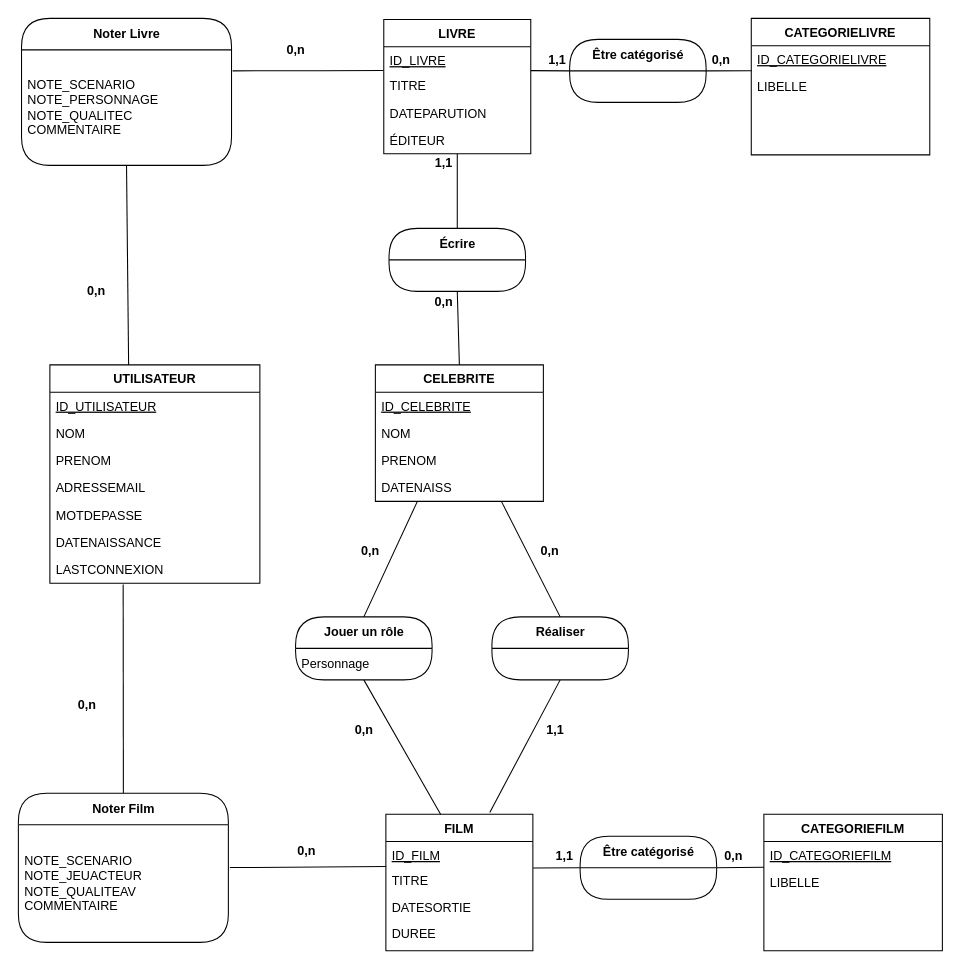
This is MCD/MCD_booksmovies.drawio from Vilwood/BOOKSANDMOVIES, a draw.io file, before an edit. Source tidied: cells renumbered, new cells numbered last; positions are measured from the earlier drawing's top-left corner, leaving out a move shared by most shapes. Both pictures are drawn from the tidied source at 105%, with x=0, y=0 at pixel (18, 18).
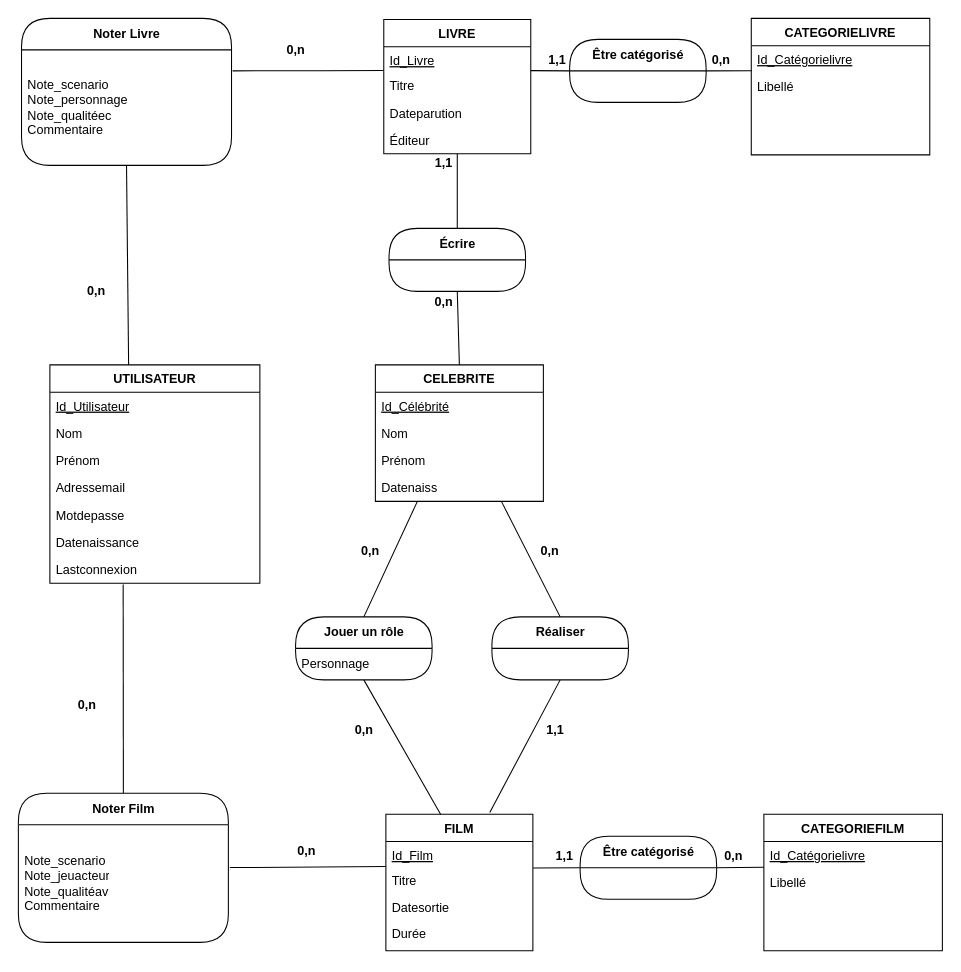
The same diagram, later.

Commit message (it also covers changes not shown here):
Update des MCD

Unchanged cells that the change refers to:
```xml
<mxCell id="27" value="CELEBRITE" style="swimlane;fontStyle=1;horizontal=1;startSize=26;fillColor=none;" parent="1" vertex="1">
  <mxGeometry x="340" y="330" width="160" height="130" as="geometry" />
</mxCell>
<mxCell id="35" value="UTILISATEUR" style="swimlane;fontStyle=1;horizontal=1;startSize=26;fillColor=none;" parent="1" vertex="1">
  <mxGeometry x="30" y="330" width="200" height="208" as="geometry" />
</mxCell>
<mxCell id="47" value="CATEGORIELIVRE" style="swimlane;fontStyle=1;horizontal=1;startSize=26;fillColor=none;" parent="1" vertex="1">
  <mxGeometry x="698" width="170" height="130" as="geometry" />
</mxCell>
<mxCell id="50" value="Noter Livre" style="swimlane;html=1;fontStyle=1;align=center;verticalAlign=middle;horizontal=1;startSize=30;fontColor=#000000;rounded=1;arcSize=30;strokeColor=#000000;fillColor=#FFFFFF;swimlaneFillColor=#FFFFFF;" parent="1" vertex="1">
  <mxGeometry x="3" width="200" height="140" as="geometry" />
</mxCell>
<mxCell id="52" value="LIVRE" style="swimlane;fontStyle=1;horizontal=1;startSize=26;fillColor=none;" parent="1" vertex="1">
  <mxGeometry x="348" y="1" width="140" height="128" as="geometry" />
</mxCell>
<mxCell id="57" value="FILM" style="swimlane;fontStyle=1;horizontal=1;startSize=26;fillColor=none;" parent="1" vertex="1">
  <mxGeometry x="350" y="758" width="140" height="130" as="geometry" />
</mxCell>
<mxCell id="62" value="CATEGORIEFILM" style="swimlane;fontStyle=1;horizontal=1;startSize=26;fillColor=none;" parent="1" vertex="1">
  <mxGeometry x="710" y="758" width="170" height="130" as="geometry" />
</mxCell>
<mxCell id="65" value="Noter Film" style="swimlane;html=1;fontStyle=1;align=center;verticalAlign=middle;horizontal=1;startSize=30;fontColor=#000000;rounded=1;arcSize=30;strokeColor=#000000;fillColor=#FFFFFF;swimlaneFillColor=#FFFFFF;" parent="1" vertex="1">
  <mxGeometry y="738" width="200" height="142" as="geometry" />
</mxCell>
```

The edit, as a diff of the source:
```diff
@@
-    <mxCell id="28" value="ID_CELEBRITE" style="text;strokeColor=none;fillColor=none;align=left;verticalAlign=top;spacingLeft=4;spacingRight=4;overflow=hidden;fontStyle=4;" parent="27" vertex="1">
+    <mxCell id="28" value="Id_Célébrité" style="text;strokeColor=none;fillColor=none;align=left;verticalAlign=top;spacingLeft=4;spacingRight=4;overflow=hidden;fontStyle=4;" parent="27" vertex="1">
       <mxGeometry y="26" width="160" height="26" as="geometry" />
     </mxCell>
-    <mxCell id="29" value="NOM" style="text;strokeColor=none;fillColor=none;align=left;verticalAlign=top;spacingLeft=4;spacingRight=4;overflow=hidden;" parent="27" vertex="1">
+    <mxCell id="29" value="Nom" style="text;strokeColor=none;fillColor=none;align=left;verticalAlign=top;spacingLeft=4;spacingRight=4;overflow=hidden;" parent="27" vertex="1">
       <mxGeometry y="52" width="160" height="26" as="geometry" />
     </mxCell>
-    <mxCell id="30" value="PRENOM " style="text;strokeColor=none;fillColor=none;align=left;verticalAlign=top;spacingLeft=4;spacingRight=4;overflow=hidden;" parent="27" vertex="1">
+    <mxCell id="30" value="Prénom" style="text;strokeColor=none;fillColor=none;align=left;verticalAlign=top;spacingLeft=4;spacingRight=4;overflow=hidden;" parent="27" vertex="1">
       <mxGeometry y="78" width="160" height="26" as="geometry" />
     </mxCell>
-    <mxCell id="31" value="DATENAISS&#10;" style="text;strokeColor=none;fillColor=none;align=left;verticalAlign=top;spacingLeft=4;spacingRight=4;overflow=hidden;" parent="27" vertex="1">
+    <mxCell id="31" value="Datenaiss" style="text;strokeColor=none;fillColor=none;align=left;verticalAlign=top;spacingLeft=4;spacingRight=4;overflow=hidden;" parent="27" vertex="1">
       <mxGeometry y="104" width="160" height="26" as="geometry" />
     </mxCell>
@@
-    <mxCell id="36" value="ID_UTILISATEUR " style="text;strokeColor=none;fillColor=none;align=left;verticalAlign=top;spacingLeft=4;spacingRight=4;overflow=hidden;fontStyle=4;" parent="35" vertex="1">
+    <mxCell id="36" value="Id_Utilisateur" style="text;strokeColor=none;fillColor=none;align=left;verticalAlign=top;spacingLeft=4;spacingRight=4;overflow=hidden;fontStyle=4;" parent="35" vertex="1">
       <mxGeometry y="26" width="200" height="26" as="geometry" />
     </mxCell>
-    <mxCell id="37" value="NOM " style="text;strokeColor=none;fillColor=none;align=left;verticalAlign=top;spacingLeft=4;spacingRight=4;overflow=hidden;" parent="35" vertex="1">
+    <mxCell id="37" value="Nom" style="text;strokeColor=none;fillColor=none;align=left;verticalAlign=top;spacingLeft=4;spacingRight=4;overflow=hidden;" parent="35" vertex="1">
       <mxGeometry y="52" width="200" height="26" as="geometry" />
     </mxCell>
-    <mxCell id="38" value="PRENOM " style="text;strokeColor=none;fillColor=none;align=left;verticalAlign=top;spacingLeft=4;spacingRight=4;overflow=hidden;" parent="35" vertex="1">
+    <mxCell id="38" value="Prénom" style="text;strokeColor=none;fillColor=none;align=left;verticalAlign=top;spacingLeft=4;spacingRight=4;overflow=hidden;" parent="35" vertex="1">
       <mxGeometry y="78" width="200" height="26" as="geometry" />
     </mxCell>
-    <mxCell id="39" value="ADRESSEMAIL" style="text;strokeColor=none;fillColor=none;align=left;verticalAlign=top;spacingLeft=4;spacingRight=4;overflow=hidden;" parent="35" vertex="1">
+    <mxCell id="39" value="Adressemail" style="text;strokeColor=none;fillColor=none;align=left;verticalAlign=top;spacingLeft=4;spacingRight=4;overflow=hidden;" parent="35" vertex="1">
       <mxGeometry y="104" width="200" height="26" as="geometry" />
     </mxCell>
-    <mxCell id="40" value="MOTDEPASSE" style="text;strokeColor=none;fillColor=none;align=left;verticalAlign=top;spacingLeft=4;spacingRight=4;overflow=hidden;" parent="35" vertex="1">
+    <mxCell id="40" value="Motdepasse" style="text;strokeColor=none;fillColor=none;align=left;verticalAlign=top;spacingLeft=4;spacingRight=4;overflow=hidden;" parent="35" vertex="1">
       <mxGeometry y="130" width="200" height="26" as="geometry" />
     </mxCell>
-    <mxCell id="41" value="DATENAISSANCE" style="text;strokeColor=none;fillColor=none;align=left;verticalAlign=top;spacingLeft=4;spacingRight=4;overflow=hidden;" parent="35" vertex="1">
+    <mxCell id="41" value="Datenaissance" style="text;strokeColor=none;fillColor=none;align=left;verticalAlign=top;spacingLeft=4;spacingRight=4;overflow=hidden;" parent="35" vertex="1">
       <mxGeometry y="156" width="200" height="26" as="geometry" />
     </mxCell>
-    <mxCell id="42" value="LASTCONNEXION" style="text;strokeColor=none;fillColor=none;align=left;verticalAlign=top;spacingLeft=4;spacingRight=4;overflow=hidden;points=[[0,0.5],[1,0.5]];portConstraint=eastwest;" parent="35" vertex="1">
+    <mxCell id="42" value="Lastconnexion" style="text;strokeColor=none;fillColor=none;align=left;verticalAlign=top;spacingLeft=4;spacingRight=4;overflow=hidden;points=[[0,0.5],[1,0.5]];portConstraint=eastwest;" parent="35" vertex="1">
       <mxGeometry y="182" width="200" height="26" as="geometry" />
     </mxCell>
@@
-    <mxCell id="48" value="ID_CATEGORIELIVRE" style="text;strokeColor=none;fillColor=none;align=left;verticalAlign=top;spacingLeft=4;spacingRight=4;overflow=hidden;points=[[0,0.5],[1,0.5]];portConstraint=eastwest;fontStyle=4;" parent="47" vertex="1">
+    <mxCell id="48" value="Id_Catégorielivre" style="text;strokeColor=none;fillColor=none;align=left;verticalAlign=top;spacingLeft=4;spacingRight=4;overflow=hidden;points=[[0,0.5],[1,0.5]];portConstraint=eastwest;fontStyle=4;" parent="47" vertex="1">
       <mxGeometry y="26" width="170" height="26" as="geometry" />
     </mxCell>
-    <mxCell id="49" value="LIBELLE" style="text;strokeColor=none;fillColor=none;align=left;verticalAlign=top;spacingLeft=4;spacingRight=4;overflow=hidden;" parent="47" vertex="1">
+    <mxCell id="49" value="Libellé" style="text;strokeColor=none;fillColor=none;align=left;verticalAlign=top;spacingLeft=4;spacingRight=4;overflow=hidden;" parent="47" vertex="1">
       <mxGeometry y="52" width="170" height="78" as="geometry" />
     </mxCell>
@@
-    <mxCell id="51" value="&lt;div align=&quot;left&quot;&gt;NOTE_SCENARIO&lt;/div&gt;&lt;div&gt;NOTE_PERSONNAGE&lt;br&gt;&lt;/div&gt;&lt;div&gt;NOTE_QUALITEC&lt;/div&gt;&lt;div&gt;COMMENTAIRE&lt;br&gt;&lt;/div&gt;" style="text;html=1;strokeColor=none;fillColor=none;align=left;verticalAlign=middle;spacingLeft=4;spacingRight=4;whiteSpace=wrap;overflow=hidden;fontColor=#000000;" parent="50" vertex="1">
+    <mxCell id="51" value="&lt;div align=&quot;left&quot;&gt;Note_scenario&lt;br&gt;&lt;/div&gt;&lt;div&gt;Note_personnage&lt;br&gt;&lt;/div&gt;&lt;div&gt;Note_qualitéec&lt;/div&gt;&lt;div&gt;Commentaire&lt;br&gt;&lt;/div&gt;" style="text;html=1;strokeColor=none;fillColor=none;align=left;verticalAlign=middle;spacingLeft=4;spacingRight=4;whiteSpace=wrap;overflow=hidden;fontColor=#000000;" parent="50" vertex="1">
       <mxGeometry y="30" width="200" height="110" as="geometry" />
     </mxCell>
@@
-    <mxCell id="53" value="ID_LIVRE" style="text;strokeColor=none;fillColor=none;align=left;verticalAlign=top;spacingLeft=4;spacingRight=4;overflow=hidden;points=[[0,0.5],[1,0.5]];portConstraint=eastwest;fontStyle=4;" parent="52" vertex="1">
+    <mxCell id="53" value="Id_Livre" style="text;strokeColor=none;fillColor=none;align=left;verticalAlign=top;spacingLeft=4;spacingRight=4;overflow=hidden;points=[[0,0.5],[1,0.5]];portConstraint=eastwest;fontStyle=4;" parent="52" vertex="1">
       <mxGeometry y="26" width="140" height="24" as="geometry" />
     </mxCell>
-    <mxCell id="54" value="TITRE" style="text;strokeColor=none;fillColor=none;align=left;verticalAlign=top;spacingLeft=4;spacingRight=4;overflow=hidden;" parent="52" vertex="1">
+    <mxCell id="54" value="Titre" style="text;strokeColor=none;fillColor=none;align=left;verticalAlign=top;spacingLeft=4;spacingRight=4;overflow=hidden;" parent="52" vertex="1">
       <mxGeometry y="50" width="140" height="26" as="geometry" />
     </mxCell>
-    <mxCell id="55" value="DATEPARUTION" style="text;strokeColor=none;fillColor=none;align=left;verticalAlign=top;spacingLeft=4;spacingRight=4;overflow=hidden;" parent="52" vertex="1">
+    <mxCell id="55" value="Dateparution" style="text;strokeColor=none;fillColor=none;align=left;verticalAlign=top;spacingLeft=4;spacingRight=4;overflow=hidden;" parent="52" vertex="1">
       <mxGeometry y="76" width="140" height="26" as="geometry" />
     </mxCell>
-    <mxCell id="56" value="ÉDITEUR" style="text;strokeColor=none;fillColor=none;align=left;verticalAlign=top;spacingLeft=4;spacingRight=4;overflow=hidden;" parent="52" vertex="1">
+    <mxCell id="56" value="Éditeur" style="text;strokeColor=none;fillColor=none;align=left;verticalAlign=top;spacingLeft=4;spacingRight=4;overflow=hidden;" parent="52" vertex="1">
       <mxGeometry y="102" width="140" height="26" as="geometry" />
     </mxCell>
@@
-    <mxCell id="58" value="ID_FILM " style="text;strokeColor=none;fillColor=none;align=left;verticalAlign=top;spacingLeft=4;spacingRight=4;overflow=hidden;fontStyle=4;" parent="57" vertex="1">
+    <mxCell id="58" value="Id_Film" style="text;strokeColor=none;fillColor=none;align=left;verticalAlign=top;spacingLeft=4;spacingRight=4;overflow=hidden;fontStyle=4;" parent="57" vertex="1">
       <mxGeometry y="26" width="140" height="24" as="geometry" />
     </mxCell>
-    <mxCell id="59" value="TITRE " style="text;strokeColor=none;fillColor=none;align=left;verticalAlign=top;spacingLeft=4;spacingRight=4;overflow=hidden;points=[[0,0.5],[1,0.5]];portConstraint=eastwest;" parent="57" vertex="1">
+    <mxCell id="59" value="Titre" style="text;strokeColor=none;fillColor=none;align=left;verticalAlign=top;spacingLeft=4;spacingRight=4;overflow=hidden;points=[[0,0.5],[1,0.5]];portConstraint=eastwest;" parent="57" vertex="1">
       <mxGeometry y="50" width="140" height="26" as="geometry" />
     </mxCell>
-    <mxCell id="60" value="DATESORTIE" style="text;strokeColor=none;fillColor=none;align=left;verticalAlign=top;spacingLeft=4;spacingRight=4;overflow=hidden;" parent="57" vertex="1">
+    <mxCell id="60" value="Datesortie" style="text;strokeColor=none;fillColor=none;align=left;verticalAlign=top;spacingLeft=4;spacingRight=4;overflow=hidden;" parent="57" vertex="1">
       <mxGeometry y="76" width="140" height="24" as="geometry" />
     </mxCell>
-    <mxCell id="61" value="DUREE" style="text;strokeColor=none;fillColor=none;align=left;verticalAlign=top;spacingLeft=4;spacingRight=4;overflow=hidden;" parent="57" vertex="1">
+    <mxCell id="61" value="Durée" style="text;strokeColor=none;fillColor=none;align=left;verticalAlign=top;spacingLeft=4;spacingRight=4;overflow=hidden;" parent="57" vertex="1">
       <mxGeometry y="100" width="140" height="30" as="geometry" />
     </mxCell>
@@
-    <mxCell id="63" value="ID_CATEGORIEFILM" style="text;strokeColor=none;fillColor=none;align=left;verticalAlign=top;spacingLeft=4;spacingRight=4;overflow=hidden;points=[[0,0.5],[1,0.5]];portConstraint=eastwest;fontStyle=4;" parent="62" vertex="1">
+    <mxCell id="63" value="Id_Catégorielivre" style="text;strokeColor=none;fillColor=none;align=left;verticalAlign=top;spacingLeft=4;spacingRight=4;overflow=hidden;points=[[0,0.5],[1,0.5]];portConstraint=eastwest;fontStyle=4;" parent="62" vertex="1">
       <mxGeometry y="26" width="170" height="26" as="geometry" />
     </mxCell>
-    <mxCell id="64" value="LIBELLE" style="text;strokeColor=none;fillColor=none;align=left;verticalAlign=top;spacingLeft=4;spacingRight=4;overflow=hidden;" parent="62" vertex="1">
+    <mxCell id="64" value="Libellé" style="text;strokeColor=none;fillColor=none;align=left;verticalAlign=top;spacingLeft=4;spacingRight=4;overflow=hidden;" parent="62" vertex="1">
       <mxGeometry y="52" width="170" height="78" as="geometry" />
     </mxCell>
@@
-    <mxCell id="66" value="&lt;div&gt;NOTE_SCENARIO&lt;/div&gt;&lt;div&gt;NOTE_JEUACTEUR&lt;/div&gt;&lt;div&gt;NOTE_QUALITEAV&lt;/div&gt;&lt;div&gt;COMMENTAIRE&lt;br&gt;&lt;/div&gt;" style="text;html=1;strokeColor=none;fillColor=none;align=left;verticalAlign=middle;spacingLeft=4;spacingRight=4;whiteSpace=wrap;overflow=hidden;fontColor=#000000;" parent="65" vertex="1">
+    <mxCell id="66" value="&lt;div&gt;Note_scenario&lt;/div&gt;&lt;div&gt;Note_jeuacteur&lt;/div&gt;&lt;div&gt;Note_qualitéav&lt;/div&gt;&lt;div&gt;Commentaire&lt;br&gt;&lt;/div&gt;" style="text;html=1;strokeColor=none;fillColor=none;align=left;verticalAlign=middle;spacingLeft=4;spacingRight=4;whiteSpace=wrap;overflow=hidden;fontColor=#000000;" parent="65" vertex="1">
       <mxGeometry y="30" width="200" height="112" as="geometry" />
     </mxCell>
```
